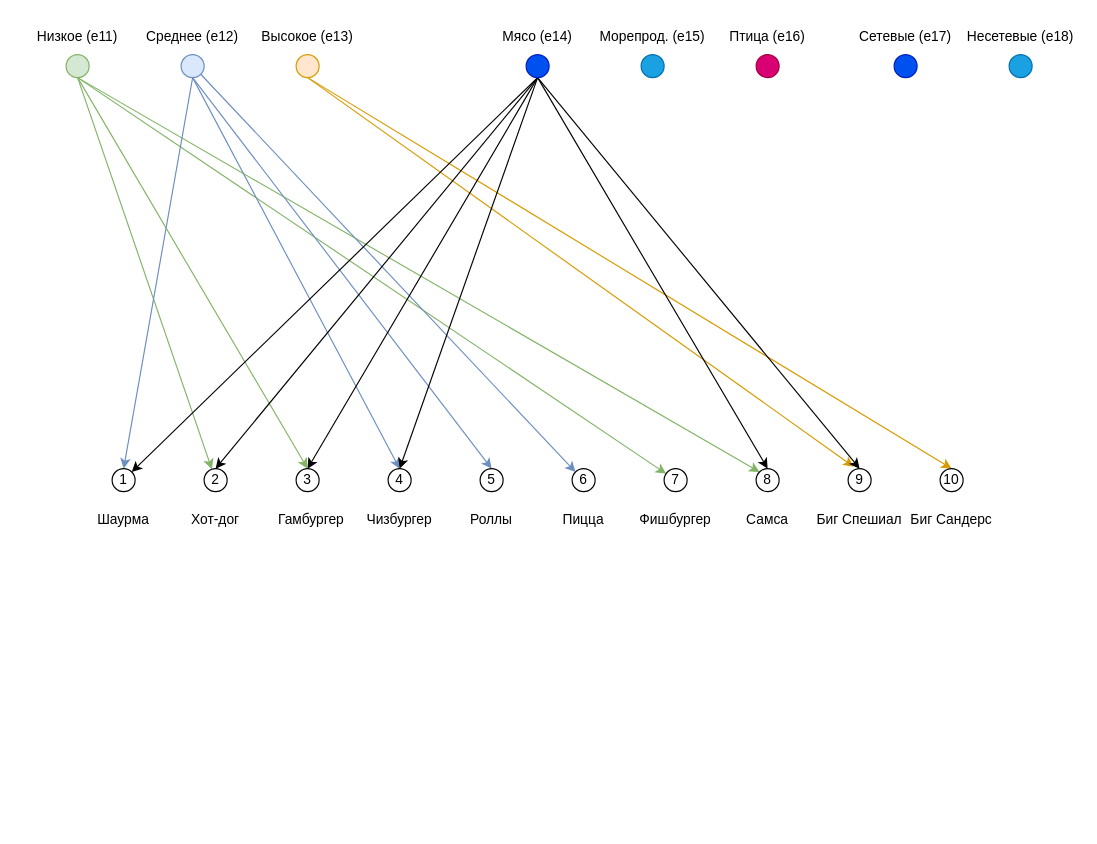
Above: и или граф.drawio in rusvlp/UML (draw.io), before the change. Source tidied: cells renumbered, new cells numbered last; positions are measured from the earlier drawing's top-left corner, leaving out a move shared by most shapes. Both pictures are drawn from the tidied source at 115%, with x=0, y=0 at pixel (31, 20).
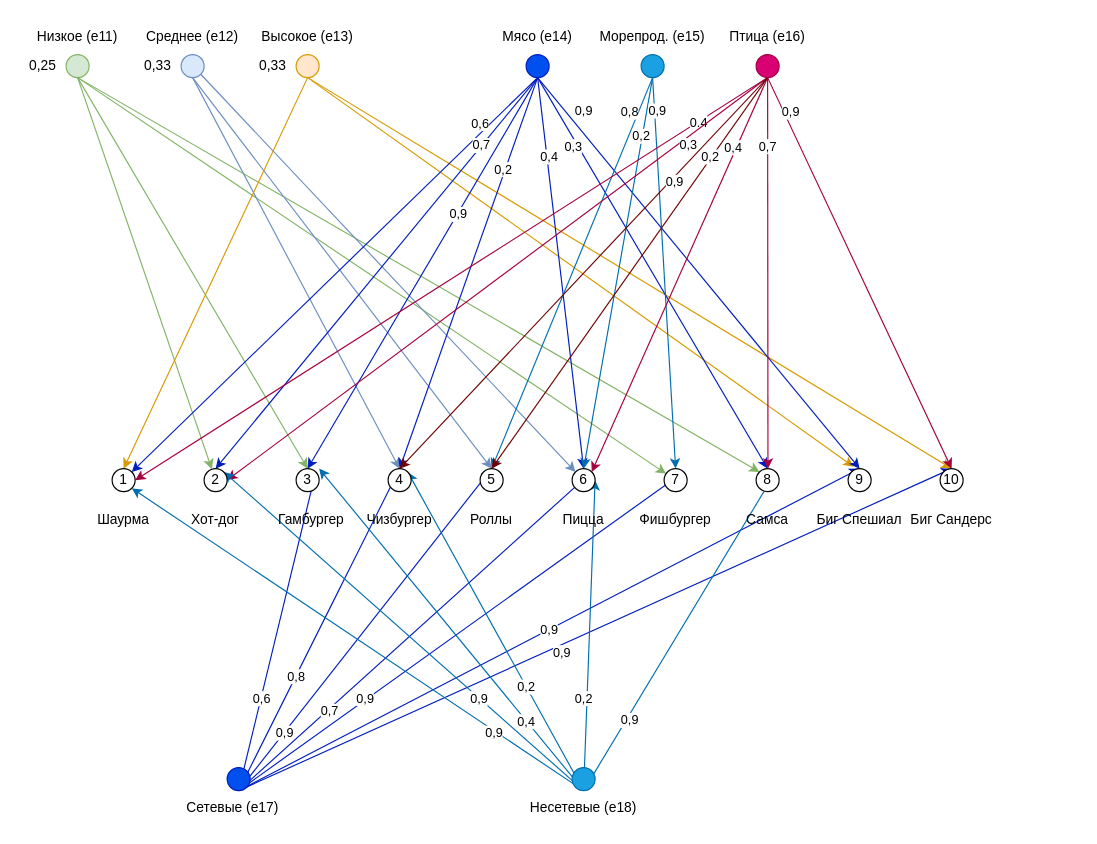
The same diagram, later.

The change refers to these unchanged cells:
```xml
<mxCell id="12" style="ellipse;whiteSpace=wrap;html=1;fillColor=#dae8fc;strokeColor=#6c8ebf;" parent="1" vertex="1">
  <mxGeometry x="130" y="30" width="20" height="20" as="geometry" />
</mxCell>
<mxCell id="16" style="ellipse;whiteSpace=wrap;html=1;fillColor=#ffe6cc;strokeColor=#d79b00;" parent="1" vertex="1">
  <mxGeometry x="230" y="30" width="20" height="20" as="geometry" />
</mxCell>
<mxCell id="24" style="ellipse;whiteSpace=wrap;html=1;fillColor=#0050ef;strokeColor=#001DBC;fontColor=#ffffff;" parent="1" vertex="1">
  <mxGeometry x="430" y="30" width="20" height="20" as="geometry" />
</mxCell>
<mxCell id="26" style="ellipse;whiteSpace=wrap;html=1;fillColor=#1ba1e2;strokeColor=#006EAF;fontColor=#ffffff;" parent="1" vertex="1">
  <mxGeometry x="530" y="30" width="20" height="20" as="geometry" />
</mxCell>
<mxCell id="28" style="ellipse;whiteSpace=wrap;html=1;fillColor=#d80073;strokeColor=#A50040;fontColor=#ffffff;" parent="1" vertex="1">
  <mxGeometry x="630" y="30" width="20" height="20" as="geometry" />
</mxCell>
<mxCell id="34" value="1" style="ellipse;whiteSpace=wrap;html=1;" parent="1" vertex="1">
  <mxGeometry x="70" y="390" width="20" height="20" as="geometry" />
</mxCell>
<mxCell id="35" value="2" style="ellipse;whiteSpace=wrap;html=1;" parent="1" vertex="1">
  <mxGeometry x="150" y="390" width="20" height="20" as="geometry" />
</mxCell>
<mxCell id="36" value="3" style="ellipse;whiteSpace=wrap;html=1;" parent="1" vertex="1">
  <mxGeometry x="230" y="390" width="20" height="20" as="geometry" />
</mxCell>
<mxCell id="37" value="4" style="ellipse;whiteSpace=wrap;html=1;" parent="1" vertex="1">
  <mxGeometry x="310" y="390" width="20" height="20" as="geometry" />
</mxCell>
<mxCell id="38" value="5" style="ellipse;whiteSpace=wrap;html=1;" parent="1" vertex="1">
  <mxGeometry x="390" y="390" width="20" height="20" as="geometry" />
</mxCell>
<mxCell id="39" value="6" style="ellipse;whiteSpace=wrap;html=1;" parent="1" vertex="1">
  <mxGeometry x="470" y="390" width="20" height="20" as="geometry" />
</mxCell>
<mxCell id="40" value="7" style="ellipse;whiteSpace=wrap;html=1;" parent="1" vertex="1">
  <mxGeometry x="550" y="390" width="20" height="20" as="geometry" />
</mxCell>
<mxCell id="41" value="8" style="ellipse;whiteSpace=wrap;html=1;" parent="1" vertex="1">
  <mxGeometry x="630" y="390" width="20" height="20" as="geometry" />
</mxCell>
<mxCell id="42" value="9" style="ellipse;whiteSpace=wrap;html=1;" parent="1" vertex="1">
  <mxGeometry x="710" y="390" width="20" height="20" as="geometry" />
</mxCell>
<mxCell id="43" value="10" style="ellipse;whiteSpace=wrap;html=1;" parent="1" vertex="1">
  <mxGeometry x="790" y="390" width="20" height="20" as="geometry" />
</mxCell>
```

The edit, as a diff of the source:
```diff
@@
-    <mxCell id="8" style="edgeStyle=none;rounded=0;jettySize=auto;html=1;exitX=0.5;exitY=1;exitDx=0;exitDy=0;entryX=0.5;entryY=0;entryDx=0;entryDy=0;fillColor=#dae8fc;strokeColor=#6c8ebf;" parent="1" edge="1" source="12" target="34">
-      <mxGeometry relative="1" as="geometry" />
-    </mxCell>
@@
+    <mxCell id="54" style="edgeStyle=none;rounded=0;jettySize=auto;html=1;exitX=0.5;exitY=1;exitDx=0;exitDy=0;entryX=0.5;entryY=0;entryDx=0;entryDy=0;fillColor=#ffe6cc;strokeColor=#d79b00;" parent="1" edge="1" source="16" target="34">
+      <mxGeometry relative="1" as="geometry" />
+    </mxCell>
@@
-    <mxCell id="18" style="edgeStyle=none;rounded=0;jettySize=auto;html=1;exitX=0.5;exitY=1;exitDx=0;exitDy=0;entryX=1;entryY=0;entryDx=0;entryDy=0;" parent="1" edge="1" source="24" target="34">
-      <mxGeometry relative="1" as="geometry" />
+    <mxCell id="18" value="0,6" style="edgeStyle=none;rounded=0;jettySize=auto;html=1;exitX=0.5;exitY=1;exitDx=0;exitDy=0;entryX=1;entryY=0;entryDx=0;entryDy=0;fillColor=#0050ef;strokeColor=#001DBC;" parent="1" edge="1" source="24" target="34">
+      <mxGeometry x="-0.74" y="-6" relative="1" as="geometry" />
     </mxCell>
-    <mxCell id="19" style="edgeStyle=none;rounded=0;jettySize=auto;html=1;exitX=0.5;exitY=1;exitDx=0;exitDy=0;entryX=0.5;entryY=0;entryDx=0;entryDy=0;" parent="1" edge="1" source="24" target="35">
-      <mxGeometry relative="1" as="geometry" />
+    <mxCell id="19" value="0,7" style="edgeStyle=none;rounded=0;jettySize=auto;html=1;exitX=0.5;exitY=1;exitDx=0;exitDy=0;entryX=0.5;entryY=0;entryDx=0;entryDy=0;fillColor=#0050ef;strokeColor=#001DBC;" parent="1" edge="1" source="24" target="35">
+      <mxGeometry x="-0.65" relative="1" as="geometry" />
     </mxCell>
-    <mxCell id="20" style="edgeStyle=none;rounded=0;jettySize=auto;html=1;exitX=0.5;exitY=1;exitDx=0;exitDy=0;entryX=0.5;entryY=0;entryDx=0;entryDy=0;" parent="1" edge="1" source="24" target="36">
-      <mxGeometry relative="1" as="geometry" />
+    <mxCell id="20" value="0,9" style="edgeStyle=none;rounded=0;jettySize=auto;html=1;exitX=0.5;exitY=1;exitDx=0;exitDy=0;entryX=0.5;entryY=0;entryDx=0;entryDy=0;fillColor=#0050ef;strokeColor=#001DBC;" parent="1" edge="1" source="24" target="36">
+      <mxGeometry x="-0.3" y="1" relative="1" as="geometry" />
     </mxCell>
-    <mxCell id="21" style="edgeStyle=none;rounded=0;jettySize=auto;html=1;exitX=0.5;exitY=1;exitDx=0;exitDy=0;" parent="1" edge="1" source="24">
-      <mxGeometry relative="1" as="geometry">
+    <mxCell id="21" value="0,2" style="edgeStyle=none;rounded=0;jettySize=auto;html=1;exitX=0.5;exitY=1;exitDx=0;exitDy=0;fillColor=#0050ef;strokeColor=#001DBC;" parent="1" edge="1" source="24">
+      <mxGeometry x="-0.53" y="-2" relative="1" as="geometry">
         <mxPoint x="320" y="390" as="targetPoint" />
+        <mxPoint y="1" as="offset" />
       </mxGeometry>
     </mxCell>
-    <mxCell id="22" style="edgeStyle=none;rounded=0;jettySize=auto;html=1;exitX=0.5;exitY=1;exitDx=0;exitDy=0;entryX=0.5;entryY=0;entryDx=0;entryDy=0;" parent="1" edge="1" source="24" target="41">
-      <mxGeometry relative="1" as="geometry" />
+    <mxCell id="22" value="0,3" style="edgeStyle=none;rounded=0;jettySize=auto;html=1;exitX=0.5;exitY=1;exitDx=0;exitDy=0;entryX=0.5;entryY=0;entryDx=0;entryDy=0;fillColor=#0050ef;strokeColor=#001DBC;" parent="1" edge="1" source="24" target="41">
+      <mxGeometry x="-0.66" y="-5" relative="1" as="geometry">
+        <mxPoint x="1" as="offset" />
+      </mxGeometry>
     </mxCell>
-    <mxCell id="23" style="edgeStyle=none;rounded=0;jettySize=auto;html=1;exitX=0.5;exitY=1;exitDx=0;exitDy=0;entryX=0.5;entryY=0;entryDx=0;entryDy=0;" parent="1" edge="1" source="24" target="42">
-      <mxGeometry relative="1" as="geometry" />
+    <mxCell id="23" value="0,9" style="edgeStyle=none;rounded=0;jettySize=auto;html=1;exitX=0.5;exitY=1;exitDx=0;exitDy=0;entryX=0.5;entryY=0;entryDx=0;entryDy=0;fillColor=#0050ef;strokeColor=#001DBC;" parent="1" edge="1" source="24" target="42">
+      <mxGeometry x="-0.78" y="12" relative="1" as="geometry" />
     </mxCell>
+    <mxCell id="55" value="0,4" style="edgeStyle=none;rounded=0;jettySize=auto;html=1;exitX=0.5;exitY=1;exitDx=0;exitDy=0;entryX=0.5;entryY=0;entryDx=0;entryDy=0;fillColor=#0050ef;strokeColor=#001DBC;" parent="1" edge="1" source="24" target="39">
+      <mxGeometry x="-0.59" y="2" relative="1" as="geometry" />
+    </mxCell>
@@
+    <mxCell id="56" value="0,2" style="edgeStyle=none;rounded=0;jettySize=auto;html=1;exitX=0.5;exitY=1;exitDx=0;exitDy=0;entryX=0.5;entryY=0;entryDx=0;entryDy=0;fillColor=#1ba1e2;strokeColor=#006EAF;" parent="1" edge="1" source="26" target="39">
+      <mxGeometry x="-0.7" y="-1" relative="1" as="geometry" />
+    </mxCell>
+    <mxCell id="57" style="edgeStyle=none;rounded=0;jettySize=auto;html=1;exitX=0.5;exitY=1;exitDx=0;exitDy=0;entryX=0.5;entryY=0;entryDx=0;entryDy=0;fillColor=#1ba1e2;strokeColor=#006EAF;" parent="1" edge="1" source="26" target="40">
+      <mxGeometry relative="1" as="geometry" />
+    </mxCell>
+    <mxCell id="58" value="0,9" style="edgeLabel;html=1;align=center;verticalAlign=middle;" parent="57" vertex="1">
+      <mxGeometry x="-0.83" y="2" relative="1" as="geometry" />
+    </mxCell>
+    <mxCell id="59" value="0,8" style="edgeStyle=none;rounded=0;jettySize=auto;html=1;exitX=0.5;exitY=1;exitDx=0;exitDy=0;entryX=0.5;entryY=0;entryDx=0;entryDy=0;fillColor=#1ba1e2;strokeColor=#006EAF;" parent="1" edge="1" source="26" target="38">
+      <mxGeometry x="-0.81" y="-7" relative="1" as="geometry" />
+    </mxCell>
@@
+    <mxCell id="60" value="0.4" style="edgeStyle=none;rounded=0;jettySize=auto;html=1;exitX=0.5;exitY=1;exitDx=0;exitDy=0;entryX=1;entryY=0.5;entryDx=0;entryDy=0;fillColor=#d80073;strokeColor=#A50040;" parent="1" edge="1" source="28" target="34">
+      <mxGeometry x="-0.78" y="2" relative="1" as="geometry">
+        <mxPoint y="-1" as="offset" />
+      </mxGeometry>
+    </mxCell>
+    <mxCell id="61" value="0,4" style="edgeStyle=none;rounded=0;jettySize=auto;html=1;exitX=0.5;exitY=1;exitDx=0;exitDy=0;entryX=1;entryY=0;entryDx=0;entryDy=0;fillColor=#d80073;strokeColor=#A50040;" parent="1" edge="1" source="28" target="39">
+      <mxGeometry x="-0.64" y="-3" relative="1" as="geometry" />
+    </mxCell>
+    <mxCell id="62" value="0,7" style="edgeStyle=none;rounded=0;jettySize=auto;html=1;exitX=0.5;exitY=1;exitDx=0;exitDy=0;fillColor=#d80073;strokeColor=#A50040;" parent="1" edge="1" source="28">
+      <mxGeometry x="-0.65" relative="1" as="geometry">
+        <mxPoint x="640.3" y="390" as="targetPoint" />
+      </mxGeometry>
+    </mxCell>
+    <mxCell id="63" value="0,9" style="edgeStyle=none;rounded=0;jettySize=auto;html=1;exitX=0.5;exitY=1;exitDx=0;exitDy=0;entryX=0.5;entryY=0;entryDx=0;entryDy=0;fillColor=#d80073;strokeColor=#A50040;" parent="1" edge="1" source="28" target="43">
+      <mxGeometry x="-0.81" y="5" relative="1" as="geometry" />
+    </mxCell>
+    <mxCell id="64" value="0,3" style="edgeStyle=none;rounded=0;jettySize=auto;html=1;exitX=0.5;exitY=1;exitDx=0;exitDy=0;entryX=1;entryY=0.5;entryDx=0;entryDy=0;fillColor=#d80073;strokeColor=#A50040;" parent="1" edge="1" source="28" target="35">
+      <mxGeometry x="-0.69" y="6" relative="1" as="geometry" />
+    </mxCell>
+    <mxCell id="65" value="0,9" style="edgeStyle=none;rounded=0;jettySize=auto;html=1;exitX=0.5;exitY=1;exitDx=0;exitDy=0;entryX=0.5;entryY=0;entryDx=0;entryDy=0;fillColor=#a20025;strokeColor=#6F0000;" parent="1" edge="1" source="28" target="37">
+      <mxGeometry x="-0.48" y="3" relative="1" as="geometry">
+        <mxPoint y="1" as="offset" />
+      </mxGeometry>
+    </mxCell>
+    <mxCell id="66" value="0,2" style="edgeStyle=none;rounded=0;jettySize=auto;html=1;exitX=0.5;exitY=1;exitDx=0;exitDy=0;fillColor=#a20025;strokeColor=#6F0000;" parent="1" edge="1" source="28">
+      <mxGeometry x="-0.59" relative="1" as="geometry">
+        <mxPoint x="400" y="390" as="targetPoint" />
+        <mxPoint x="-1" as="offset" />
+      </mxGeometry>
+    </mxCell>
@@
+    <mxCell id="67" value="0,6" style="edgeStyle=none;rounded=0;jettySize=auto;html=1;exitX=0.5;exitY=1;exitDx=0;exitDy=0;entryX=1;entryY=0;entryDx=0;entryDy=0;fillColor=#0050ef;strokeColor=#001DBC;" parent="1" edge="1" source="30" target="36">
+      <mxGeometry x="-0.42" y="-1" relative="1" as="geometry" />
+    </mxCell>
+    <mxCell id="68" value="0,8" style="edgeStyle=none;rounded=0;jettySize=auto;html=1;exitX=0.5;exitY=1;exitDx=0;exitDy=0;entryX=0.5;entryY=0;entryDx=0;entryDy=0;fillColor=#0050ef;strokeColor=#001DBC;" parent="1" edge="1" source="30" target="37">
+      <mxGeometry x="-0.29" relative="1" as="geometry" />
+    </mxCell>
+    <mxCell id="69" value="0,9" style="edgeStyle=none;rounded=0;jettySize=auto;html=1;exitX=0.5;exitY=1;exitDx=0;exitDy=0;entryX=0.5;entryY=0;entryDx=0;entryDy=0;fillColor=#0050ef;strokeColor=#001DBC;" parent="1" edge="1" source="30" target="38">
+      <mxGeometry x="-0.64" y="-1" relative="1" as="geometry" />
+    </mxCell>
+    <mxCell id="70" value="0,7" style="edgeStyle=none;rounded=0;jettySize=auto;html=1;exitX=0.5;exitY=1;exitDx=0;exitDy=0;entryX=1;entryY=0;entryDx=0;entryDy=0;fillColor=#0050ef;strokeColor=#001DBC;" parent="1" edge="1" source="30" target="39">
+      <mxGeometry x="-0.49" y="-2" relative="1" as="geometry" />
+    </mxCell>
+    <mxCell id="71" value="0,9" style="edgeStyle=none;rounded=0;jettySize=auto;html=1;exitX=0.5;exitY=1;exitDx=0;exitDy=0;entryX=1;entryY=0;entryDx=0;entryDy=0;fillColor=#0050ef;strokeColor=#001DBC;" parent="1" edge="1" source="30" target="40">
+      <mxGeometry x="-0.43" y="1" relative="1" as="geometry" />
+    </mxCell>
+    <mxCell id="72" value="0,9" style="edgeStyle=none;rounded=0;jettySize=auto;html=1;exitX=0.5;exitY=1;exitDx=0;exitDy=0;entryX=0.5;entryY=0;entryDx=0;entryDy=0;fillColor=#0050ef;strokeColor=#001DBC;" parent="1" edge="1" source="30" target="42">
+      <mxGeometry relative="1" as="geometry" />
+    </mxCell>
+    <mxCell id="73" value="0,9" style="edgeStyle=none;rounded=0;jettySize=auto;html=1;exitX=0.5;exitY=1;exitDx=0;exitDy=0;fillColor=#0050ef;strokeColor=#001DBC;" parent="1" edge="1" source="30">
+      <mxGeometry x="-0.1" y="-6" relative="1" as="geometry">
+        <mxPoint x="800" y="390" as="targetPoint" />
+      </mxGeometry>
+    </mxCell>
     <mxCell id="30" style="ellipse;whiteSpace=wrap;html=1;fillColor=#0050ef;strokeColor=#001DBC;fontColor=#ffffff;" parent="1" vertex="1">
-      <mxGeometry x="750" y="30" width="20" height="20" as="geometry" />
+      <mxGeometry x="170" y="650" width="20" height="20" as="geometry" />
     </mxCell>
     <mxCell id="31" value="Сетевые (e17)" style="text;html=1;strokeColor=none;fillColor=none;align=center;verticalAlign=middle;whiteSpace=wrap;rounded=0;" parent="1" vertex="1">
-      <mxGeometry x="715" width="90" height="30" as="geometry" />
+      <mxGeometry x="130" y="670" width="90" height="30" as="geometry" />
     </mxCell>
+    <mxCell id="74" value="0,9" style="edgeStyle=none;rounded=0;jettySize=auto;html=1;exitX=0.5;exitY=1;exitDx=0;exitDy=0;entryX=1;entryY=1;entryDx=0;entryDy=0;fillColor=#1ba1e2;strokeColor=#006EAF;" parent="1" edge="1" source="32" target="34">
+      <mxGeometry x="-0.61" y="2" relative="1" as="geometry" />
+    </mxCell>
+    <mxCell id="75" value="0,9" style="edgeStyle=none;rounded=0;jettySize=auto;html=1;exitX=0.5;exitY=1;exitDx=0;exitDy=0;entryX=1;entryY=0;entryDx=0;entryDy=0;fillColor=#1ba1e2;strokeColor=#006EAF;" parent="1" edge="1" source="32" target="35">
+      <mxGeometry x="-0.42" relative="1" as="geometry" />
+    </mxCell>
+    <mxCell id="76" value="0,9" style="edgeStyle=none;rounded=0;jettySize=auto;html=1;exitX=0.5;exitY=1;exitDx=0;exitDy=0;entryX=1;entryY=0;entryDx=0;entryDy=0;fillColor=#1ba1e2;strokeColor=#006EAF;" parent="1" edge="1" source="32" target="41">
+      <mxGeometry x="-0.55" y="-3" relative="1" as="geometry" />
+    </mxCell>
+    <mxCell id="77" value="0,4" style="edgeStyle=none;rounded=0;jettySize=auto;html=1;exitX=0.5;exitY=1;exitDx=0;exitDy=0;fillColor=#1ba1e2;strokeColor=#006EAF;" parent="1" edge="1" source="32">
+      <mxGeometry x="-0.57" y="1" relative="1" as="geometry">
+        <mxPoint x="250" y="390" as="targetPoint" />
+      </mxGeometry>
+    </mxCell>
+    <mxCell id="78" value="0,2" style="edgeStyle=none;rounded=0;jettySize=auto;html=1;exitX=0.5;exitY=1;exitDx=0;exitDy=0;entryX=1;entryY=0;entryDx=0;entryDy=0;fillColor=#1ba1e2;strokeColor=#006EAF;" parent="1" edge="1" source="32" target="37">
+      <mxGeometry x="-0.35" relative="1" as="geometry" />
+    </mxCell>
+    <mxCell id="79" value="0,2" style="edgeStyle=none;rounded=0;jettySize=auto;html=1;exitX=0.5;exitY=1;exitDx=0;exitDy=0;entryX=1;entryY=0.5;entryDx=0;entryDy=0;fillColor=#1ba1e2;strokeColor=#006EAF;" parent="1" edge="1" source="32" target="39">
+      <mxGeometry x="-0.41" y="3" relative="1" as="geometry" />
+    </mxCell>
     <mxCell id="32" style="ellipse;whiteSpace=wrap;html=1;fillColor=#1ba1e2;strokeColor=#006EAF;fontColor=#ffffff;" parent="1" vertex="1">
-      <mxGeometry x="850" y="30" width="20" height="20" as="geometry" />
+      <mxGeometry x="470" y="650" width="20" height="20" as="geometry" />
     </mxCell>
     <mxCell id="33" value="Несетевые (e18)" style="text;html=1;strokeColor=none;fillColor=none;align=center;verticalAlign=middle;whiteSpace=wrap;rounded=0;" parent="1" vertex="1">
-      <mxGeometry x="810" width="100" height="30" as="geometry" />
+      <mxGeometry x="430" y="670" width="100" height="30" as="geometry" />
     </mxCell>
@@
+    <mxCell id="80" value="0,25" style="text;html=1;strokeColor=none;fillColor=none;align=center;verticalAlign=middle;whiteSpace=wrap;rounded=0;" parent="1" vertex="1">
+      <mxGeometry x="-10" y="25" width="40" height="30" as="geometry" />
+    </mxCell>
+    <mxCell id="81" value="0,33" style="text;html=1;strokeColor=none;fillColor=none;align=center;verticalAlign=middle;whiteSpace=wrap;rounded=0;" parent="1" vertex="1">
+      <mxGeometry x="90" y="25" width="40" height="30" as="geometry" />
+    </mxCell>
+    <mxCell id="82" value="0,33" style="text;html=1;strokeColor=none;fillColor=none;align=center;verticalAlign=middle;whiteSpace=wrap;rounded=0;" parent="1" vertex="1">
+      <mxGeometry x="190" y="25" width="40" height="30" as="geometry" />
+    </mxCell>
```
